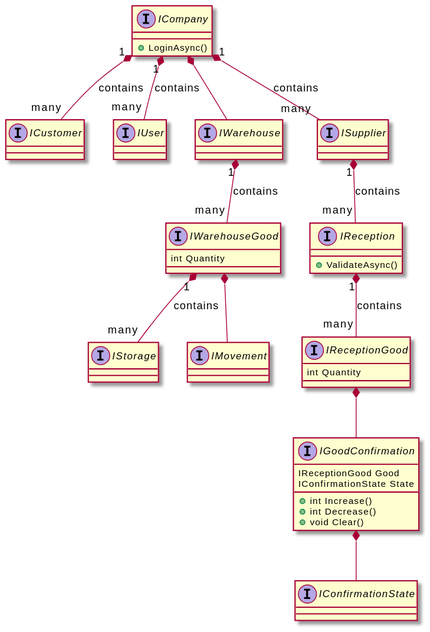
The PlantUML diagram docs/warehouse.uml.svg in souly84/Warehouse.Core, before a commit.
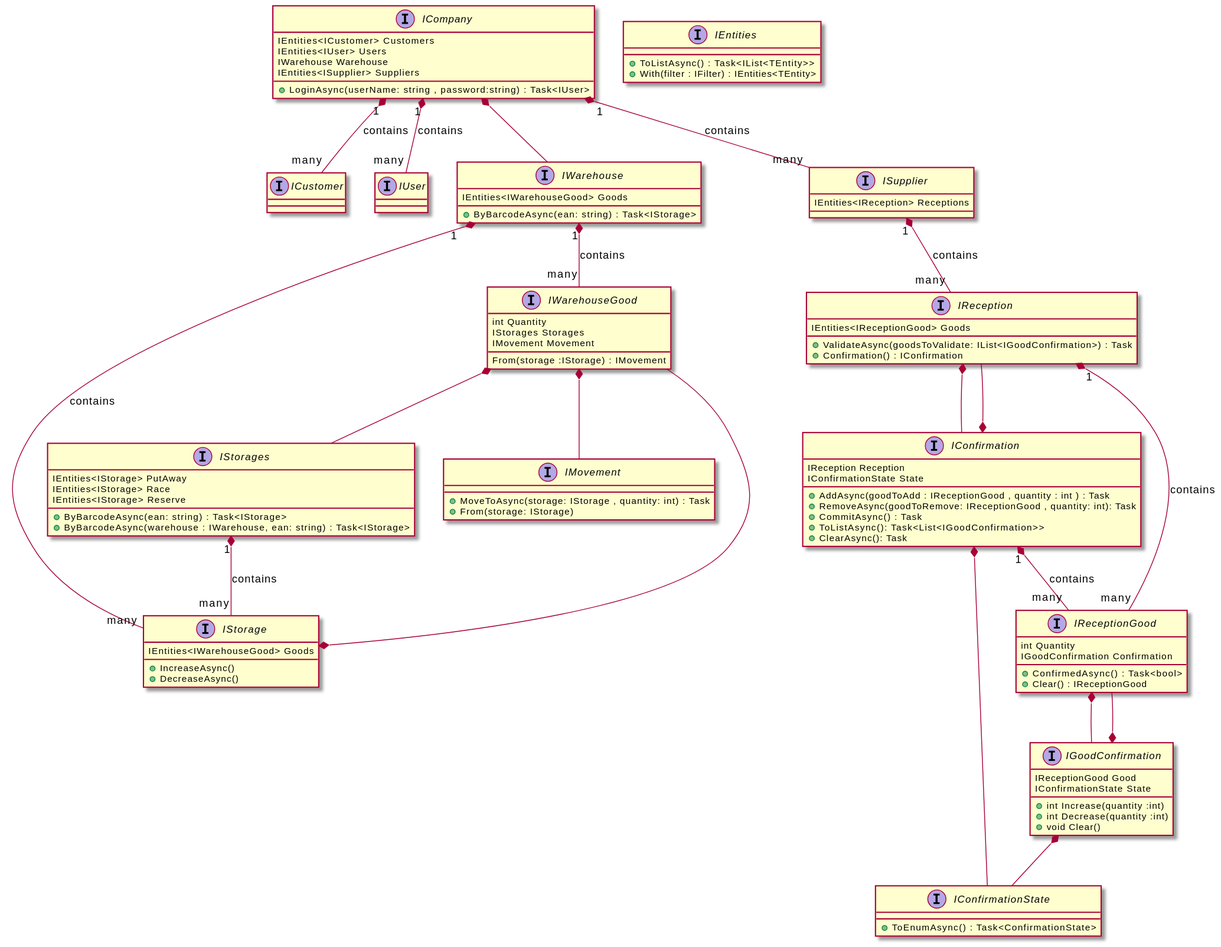
The same diagram one commit later.

Commit message:
uml diagram update (#31)

* uml diagram update

* more updates for uml

Change to the diagram source:
```diff
@@ -1,38 +1,103 @@
 @startuml
 interface       ICompany
 {
-  +LoginAsync()
+  IEntities<ICustomer> Customers
+  IEntities<IUser> Users
+  IWarehouse Warehouse
+  IEntities<ISupplier> Suppliers
+  +LoginAsync(userName: string , password:string) : Task<IUser>
 }
+
+interface       IEntities
+{
+  +ToListAsync() : Task<IList<TEntity>>
+  +With(filter : IFilter) : IEntities<TEntity>
+}
+
 interface       ICustomer
 interface       IUser
 interface       IWarehouse
+{
+  IEntities<IWarehouseGood> Goods
+
+  +ByBarcodeAsync(ean: string) : Task<IStorage>
+}
 interface       ISupplier
+{
+  IEntities<IReception> Receptions
+}
 interface       IReception
 {
-  +ValidateAsync()
+  IEntities<IReceptionGood> Goods
+
+  +ValidateAsync(goodsToValidate: IList<IGoodConfirmation>) : Task
+  +Confirmation() : IConfirmation
 }
+
+interface     IConfirmation
+{
+  IReception Reception
+  IConfirmationState State
+
+  +AddAsync(goodToAdd : IReceptionGood , quantity : int ) : Task
+  +RemoveAsync(goodToRemove: IReceptionGood , quantity: int): Task
+  +CommitAsync() : Task
+  +ToListAsync(): Task<List<IGoodConfirmation>>
+  +ClearAsync(): Task
+}
+
 interface       IReceptionGood
 {
   int Quantity
+  IGoodConfirmation Confirmation
+
+  +ConfirmedAsync() : Task<bool>
+  +Clear() : IReceptionGood
 }
 interface       IGoodConfirmation
 {
   IReceptionGood Good
   IConfirmationState State
 
-  +int Increase()
-  +int Decrease()
+  +int Increase(quantity :int)
+  +int Decrease(quantity :int)
   +void Clear()
 }
 
 interface     IWarehouseGood
 {
   int Quantity
+  IStorages Storages
+  IMovement Movement
+
+  From(storage :IStorage) : IMovement
 }
 
+interface     IStorages
+{
+  IEntities<IStorage> PutAway
+  IEntities<IStorage> Race
+  IEntities<IStorage> Reserve
+
+  +ByBarcodeAsync(ean: string) : Task<IStorage>
+  +ByBarcodeAsync(warehouse : IWarehouse, ean: string) : Task<IStorage>
+}
 interface     IStorage
+{
+  IEntities<IWarehouseGood> Goods
+
+  +IncreaseAsync()
+  +DecreaseAsync()
+}
 interface     IMovement
+{
+  +MoveToAsync(storage: IStorage , quantity: int) : Task
+  +From(storage: IStorage)
+}
 interface     IConfirmationState
+{
+  +ToEnumAsync() : Task<ConfirmationState>
+}
 
 ICompany "1" *-- "many" ICustomer : contains
 ICompany "1" *-- "many" IUser : contains
@@ -42,12 +107,21 @@
 ISupplier "1" *-- "many" IReception : contains
 
 IReception "1" *-- "many" IReceptionGood : contains
-
+IReception *-- IConfirmation
 IReceptionGood *-- IGoodConfirmation
 
+IConfirmation *-- IReception
+IConfirmation *-- IConfirmationState
+IConfirmation "1" *-- "many" IReceptionGood : contains
+
+
 IGoodConfirmation *-- IConfirmationState
+IGoodConfirmation *-- IReceptionGood
 
 IWarehouse "1" *-- "many" IWarehouseGood : contains
-IWarehouseGood "1" *-- "many" IStorage : contains
+IWarehouse "1" *-- "many" IStorage : contains
+IWarehouseGood *-- IStorages
 IWarehouseGood *-- IMovement
+IStorages "1" *-- "many" IStorage : contains
+IStorage *-- IWarehouseGood
 @enduml
```
